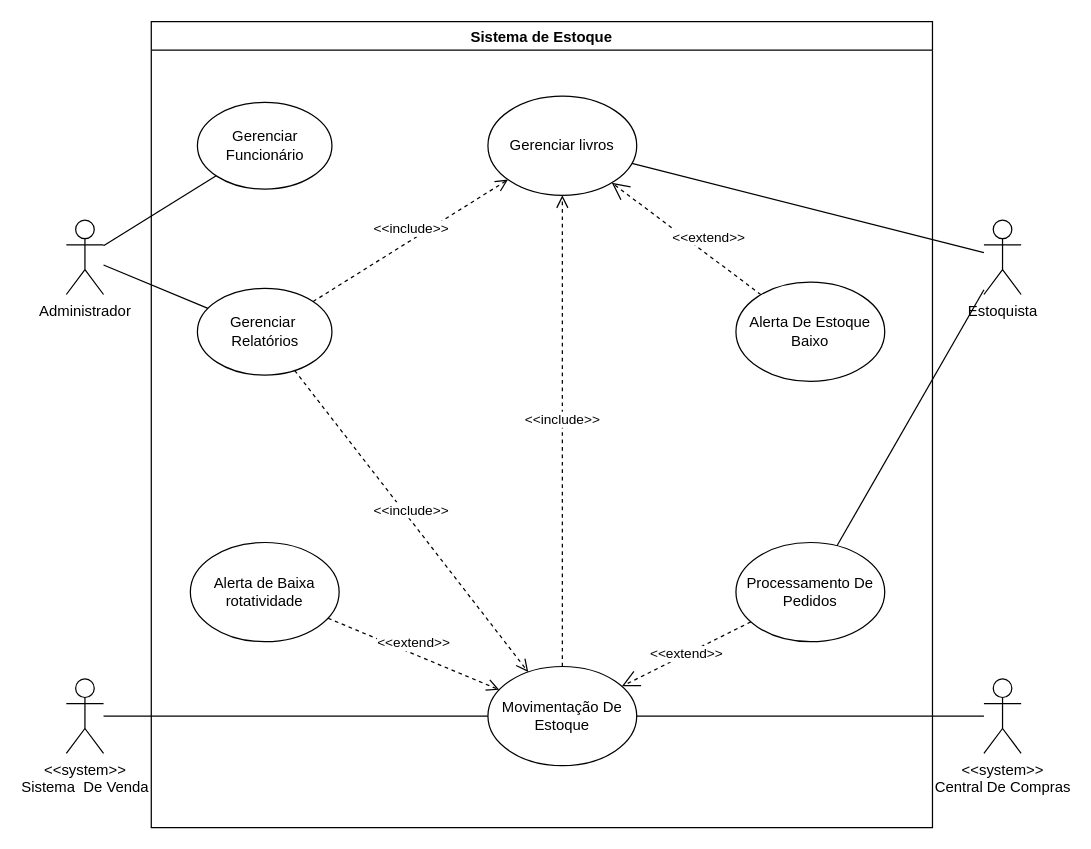
Above: Caso de uso.drawio in josevictoraraujorojas/Sistema-Estoque (draw.io), before the change. Source tidied: cells renumbered, new cells numbered last; positions are measured from the earlier drawing's top-left corner, leaving out a move shared by most shapes. Both pictures are drawn from the tidied source at 124%, with x=0, y=0 at pixel (66, 21).
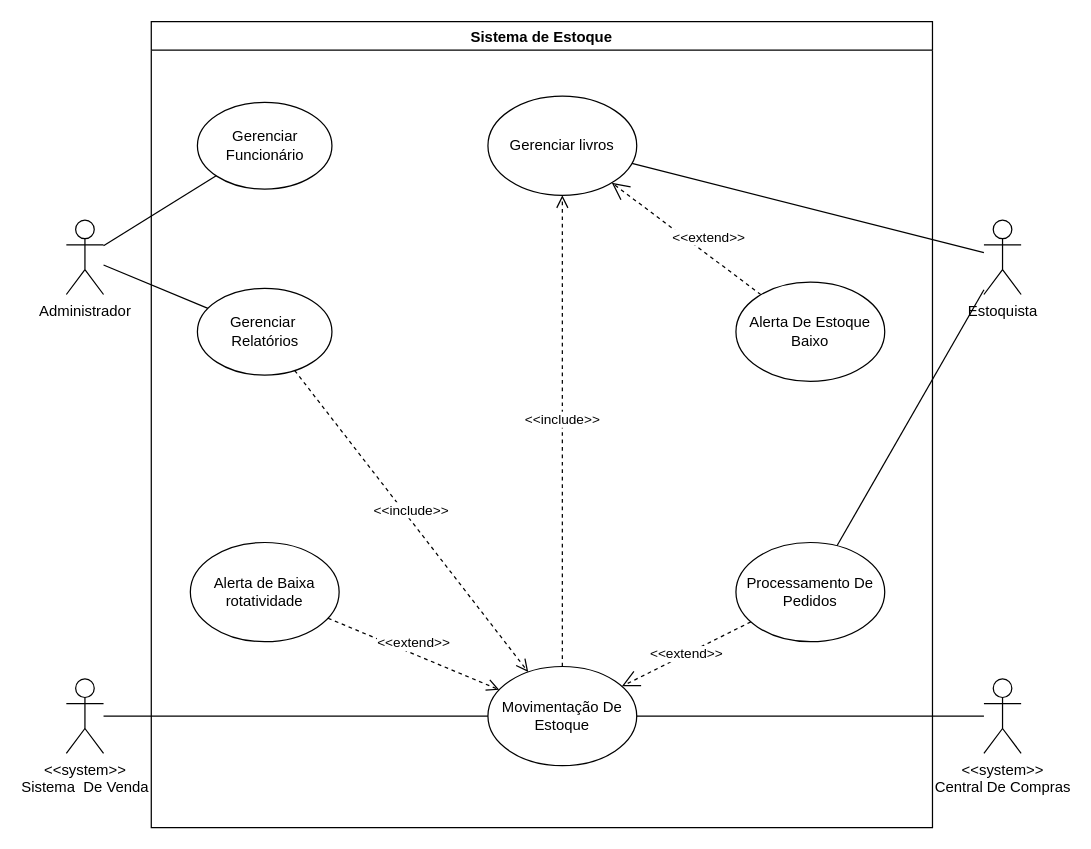
Above is the later version.

The change refers to these unchanged cells:
```xml
<mxCell id="6" value="Sistema de Estoque" style="swimlane;" parent="1" vertex="1">
  <mxGeometry x="68.5" width="630" height="650" as="geometry" />
</mxCell>
<mxCell id="9" value="Gerenciar&amp;nbsp;&lt;div&gt;Relatórios&lt;/div&gt;" style="ellipse;whiteSpace=wrap;html=1;" parent="6" vertex="1">
  <mxGeometry x="37.2" y="215" width="108.5" height="70" as="geometry" />
</mxCell>
<mxCell id="14" value="Gerenciar livros" style="ellipse;whiteSpace=wrap;html=1;" parent="6" vertex="1">
  <mxGeometry x="271.5" y="60" width="120" height="80" as="geometry" />
</mxCell>
```

Change to the diagram source:
```diff
@@
-    <mxCell id="15" value="&amp;lt;&amp;lt;include&amp;gt;&amp;gt;" style="html=1;verticalAlign=bottom;endArrow=open;dashed=1;endSize=8;curved=0;rounded=0;" parent="6" edge="1" source="9" target="14">
-      <mxGeometry relative="1" as="geometry" />
-    </mxCell>
```
